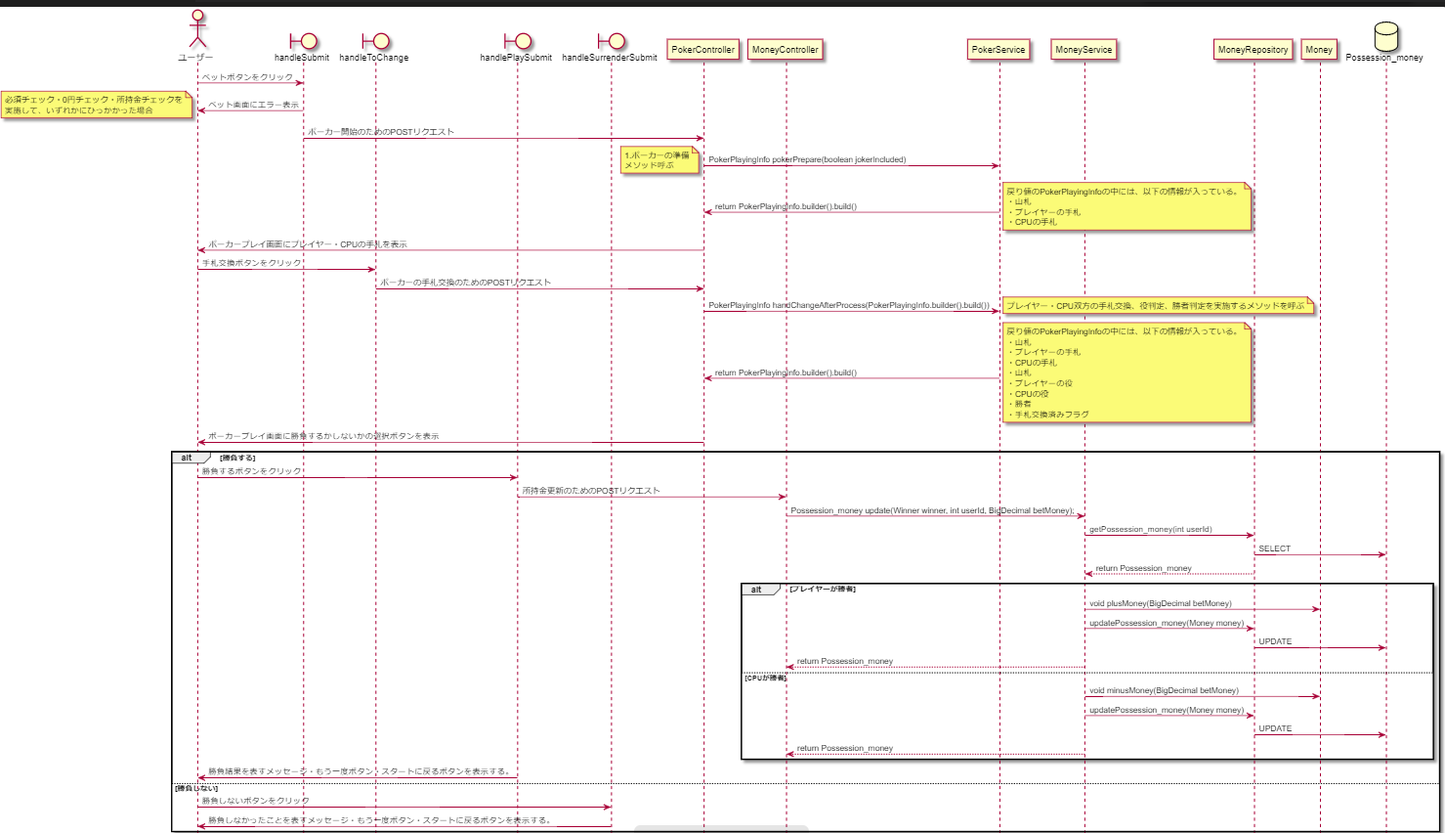
CSTSCSTS/UserAp keeps this PlantUML diagram as docs/詳細設計/シーケンス図/ベット/ベットする(シーケンス図).png. Above is the earlier version. Its source is kept beside it as docs/詳細設計/シーケンス図/ベット/ベットする(シーケンス図).puml.
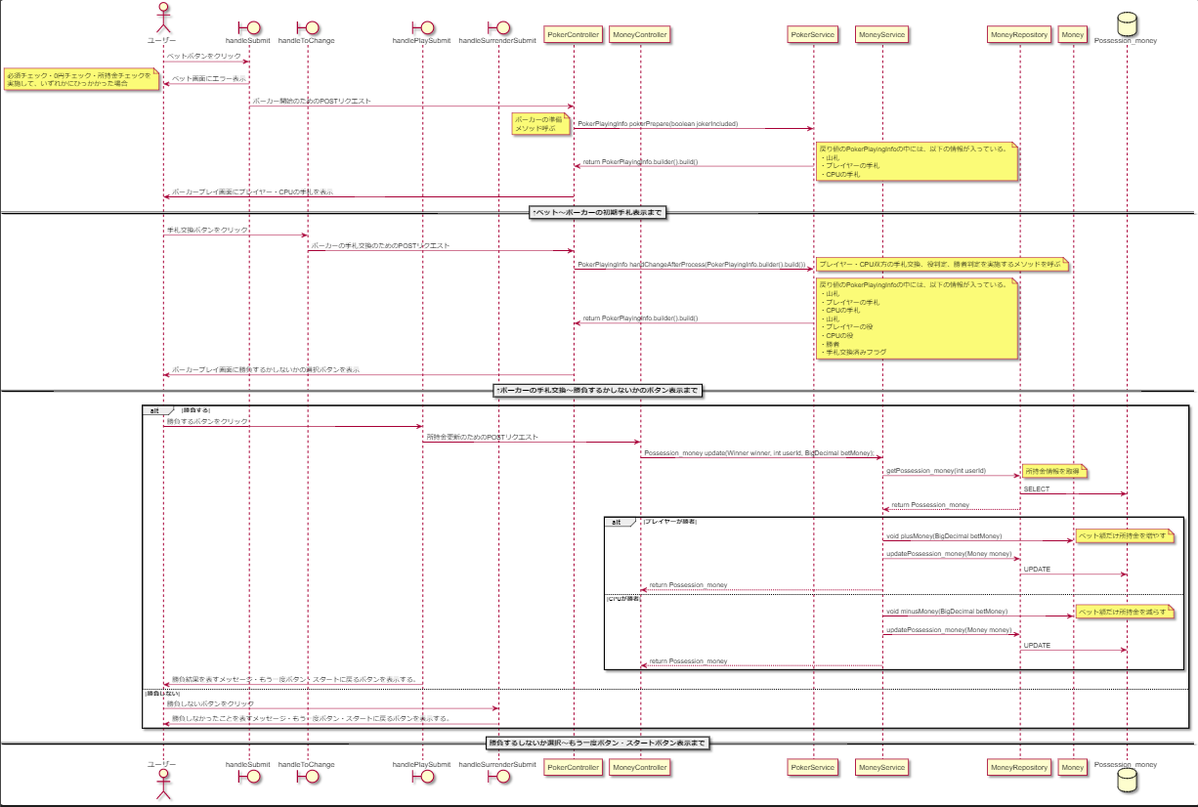
The same diagram one commit later.

Commit message:
ベットのシーケンス図を作成

The edit, as a diff of the source:
```diff
@@ -14,16 +14,17 @@
 participant Money
 database Possession_money
 
-
 ユーザー -> handleSubmit : ベットボタンをクリック
 handleSubmit -> ユーザー : ベット画面にエラー表示
 note left : 必須チェック・0円チェック・所持金チェックを\n実施して、いずれかにひっかかった場合
 handleSubmit -> PokerController : ポーカー開始のためのPOSTリクエスト
 PokerController -> PokerService : PokerPlayingInfo pokerPrepare(boolean jokerIncluded)
-note left: 1.ポーカーの準備\nメソッド呼ぶ
+note left: ポーカーの準備\nメソッド呼ぶ
 PokerService -> PokerController : return PokerPlayingInfo.builder().build()
 note right: 戻り値のPokerPlayingInfoの中には、以下の情報が入っている。\n・山札\n・プレイヤーの手札\n・CPUの手札
 PokerController -> ユーザー : ポーカープレイ画面にプレイヤー・CPUの手札を表示
+
+==↑ベット～ポーカーの初期手札表示まで==
 
 ユーザー -> handleToChange : 手札交換ボタンをクリック
 handleToChange -> PokerController : ポーカーの手札交換のためのPOSTリクエスト
@@ -33,20 +34,25 @@
 note right: 戻り値のPokerPlayingInfoの中には、以下の情報が入っている。\n・山札\n・プレイヤーの手札\n・CPUの手札\n・山札\n・プレイヤーの役\n・CPUの役\n・勝者\n・手札交換済みフラグ
 PokerController -> ユーザー : ポーカープレイ画面に勝負するかしないかの選択ボタンを表示
 
+==↑ポーカーの手札交換～勝負するかしないかのボタン表示まで==
+
 alt 勝負する
   ユーザー -> handlePlaySubmit : 勝負するボタンをクリック
   handlePlaySubmit -> MoneyController : 所持金更新のためのPOSTリクエスト
   MoneyController -> MoneyService : Possession_money update(Winner winner, int userId, BigDecimal betMoney);
   MoneyService -> MoneyRepository : getPossession_money(int userId)
+  note right : 所持金情報を取得
   MoneyRepository -> Possession_money : SELECT
   MoneyRepository --> MoneyService : return Possession_money
   alt プレイヤーが勝者
     MoneyService -> Money : void plusMoney(BigDecimal betMoney)
+    note right : ベット額だけ所持金を増やす
     MoneyService -> MoneyRepository : updatePossession_money(Money money)
     MoneyRepository -> Possession_money : UPDATE
     MoneyService --> MoneyController : return Possession_money
   else CPUが勝者
     MoneyService -> Money : void minusMoney(BigDecimal betMoney)
+    note right : ベット額だけ所持金を減らす
     MoneyService -> MoneyRepository : updatePossession_money(Money money)
     MoneyRepository -> Possession_money : UPDATE
     MoneyService --> MoneyController : return Possession_money
@@ -57,5 +63,7 @@
   handleSurrenderSubmit -> ユーザー : 勝負しなかったことを表すメッセージ・もう一度ボタン・スタートに戻るボタンを表示する。
 end
 
+==勝負するしないか選択～もう一度ボタン・スタートボタン表示まで==
+
 
 @enduml
```
